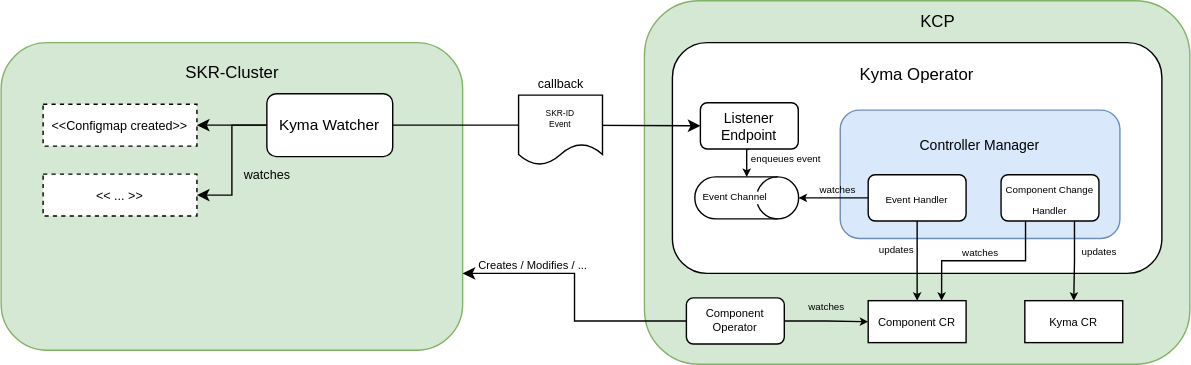
The draw.io diagram docs/assets/watcher_workflow.svg in jeremyharisch/kyma-watcher-old, before a commit. Source tidied: cells renumbered, new cells last; positions are measured from the earlier drawing's top-left corner, leaving out a move shared by most shapes.
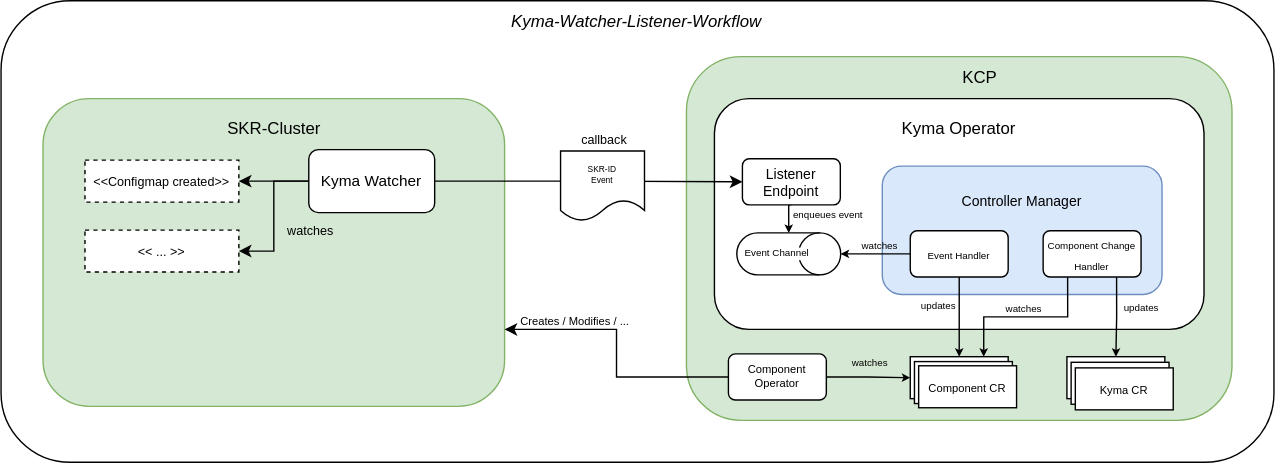
The same file after the commit.

Change to the diagram source:
```diff
@@ -2,6 +2,9 @@
   <root>
     <mxCell id="0" />
     <mxCell id="1" parent="0" />
+    <mxCell id="41" style="rounded=1;whiteSpace=wrap;html=1;labelBackgroundColor=none;fontStyle=1;" parent="1" vertex="1">
+      <mxGeometry x="-30" y="-40" width="910" height="330" as="geometry" />
+    </mxCell>
     <mxCell id="2" style="rounded=1;whiteSpace=wrap;html=1;fillColor=#d5e8d4;strokeColor=#82b366;" parent="1" vertex="1">
       <mxGeometry x="460" width="390" height="260" as="geometry" />
     </mxCell>
@@ -37,7 +40,7 @@
     <mxCell id="12" style="edgeStyle=orthogonalEdgeStyle;rounded=0;jettySize=auto;html=1;exitX=1;exitY=0.5;exitDx=0;exitDy=0;entryX=0;entryY=0.5;entryDx=0;entryDy=0;fontSize=9;" parent="1" edge="1" source="14" target="17">
       <mxGeometry relative="1" as="geometry" />
     </mxCell>
-    <mxCell id="13" value="callback" style="edgeLabel;html=1;align=center;verticalAlign=middle;fontSize=9;" parent="12" vertex="1">
+    <mxCell id="13" value="callback" style="edgeLabel;html=1;align=center;verticalAlign=middle;fontSize=9;labelBackgroundColor=none;" parent="12" vertex="1">
       <mxGeometry x="0.73" relative="1" as="geometry">
         <mxPoint x="-70" y="-30" as="offset" />
       </mxGeometry>
@@ -68,7 +71,7 @@
     <mxCell id="21" style="edgeStyle=orthogonalEdgeStyle;rounded=0;jettySize=auto;html=1;exitX=0;exitY=0.5;exitDx=0;exitDy=0;entryX=1;entryY=0.75;entryDx=0;entryDy=0;fontSize=8;" parent="1" edge="1" source="23" target="5">
       <mxGeometry relative="1" as="geometry" />
     </mxCell>
-    <mxCell id="22" value="&lt;font style=&quot;font-size: 8px;&quot;&gt;Creates / Modifies / ...&lt;/font&gt;" style="edgeLabel;html=1;align=center;verticalAlign=middle;fontSize=6;" parent="21" vertex="1">
+    <mxCell id="22" value="&lt;font style=&quot;font-size: 8px;&quot;&gt;Creates / Modifies / ...&lt;/font&gt;" style="edgeLabel;html=1;align=center;verticalAlign=middle;fontSize=6;labelBackgroundColor=none;" parent="21" vertex="1">
       <mxGeometry x="0.16" y="-2" relative="1" as="geometry">
         <mxPoint x="-32" y="-8" as="offset" />
       </mxGeometry>
@@ -137,5 +140,20 @@
     <mxCell id="40" value="Event Channel" style="text;html=1;strokeColor=none;fillColor=none;align=center;verticalAlign=middle;whiteSpace=wrap;rounded=0;labelBackgroundColor=default;fontSize=7;" parent="1" vertex="1">
       <mxGeometry x="495" y="131" width="60" height="20" as="geometry" />
     </mxCell>
+    <mxCell id="42" value="&lt;font style=&quot;font-size: 8px;&quot;&gt;Component CR&lt;/font&gt;" style="rounded=0;whiteSpace=wrap;html=1;fontSize=10;" parent="1" vertex="1">
+      <mxGeometry x="623" y="218" width="70" height="30" as="geometry" />
+    </mxCell>
+    <mxCell id="43" value="&lt;font style=&quot;font-size: 8px;&quot;&gt;Component CR&lt;/font&gt;" style="rounded=0;whiteSpace=wrap;html=1;fontSize=10;" parent="1" vertex="1">
+      <mxGeometry x="626" y="221" width="70" height="30" as="geometry" />
+    </mxCell>
+    <mxCell id="44" value="&lt;font style=&quot;font-size: 8px;&quot;&gt;Kyma CR&lt;/font&gt;" style="rounded=0;whiteSpace=wrap;html=1;fontSize=10;" parent="1" vertex="1">
+      <mxGeometry x="735" y="218.5" width="70" height="30" as="geometry" />
+    </mxCell>
+    <mxCell id="45" value="&lt;font style=&quot;font-size: 8px;&quot;&gt;Kyma CR&lt;/font&gt;" style="rounded=0;whiteSpace=wrap;html=1;fontSize=10;" parent="1" vertex="1">
+      <mxGeometry x="738" y="222.5" width="70" height="30" as="geometry" />
+    </mxCell>
+    <mxCell id="46" value="&lt;i&gt;Kyma-Watcher-Listener-Workflow&lt;/i&gt;" style="text;html=1;strokeColor=none;fillColor=none;align=center;verticalAlign=middle;whiteSpace=wrap;rounded=0;labelBackgroundColor=none;" parent="1" vertex="1">
+      <mxGeometry x="297.5" y="-40" width="255" height="30" as="geometry" />
+    </mxCell>
   </root>
 </mxGraphModel>
```
